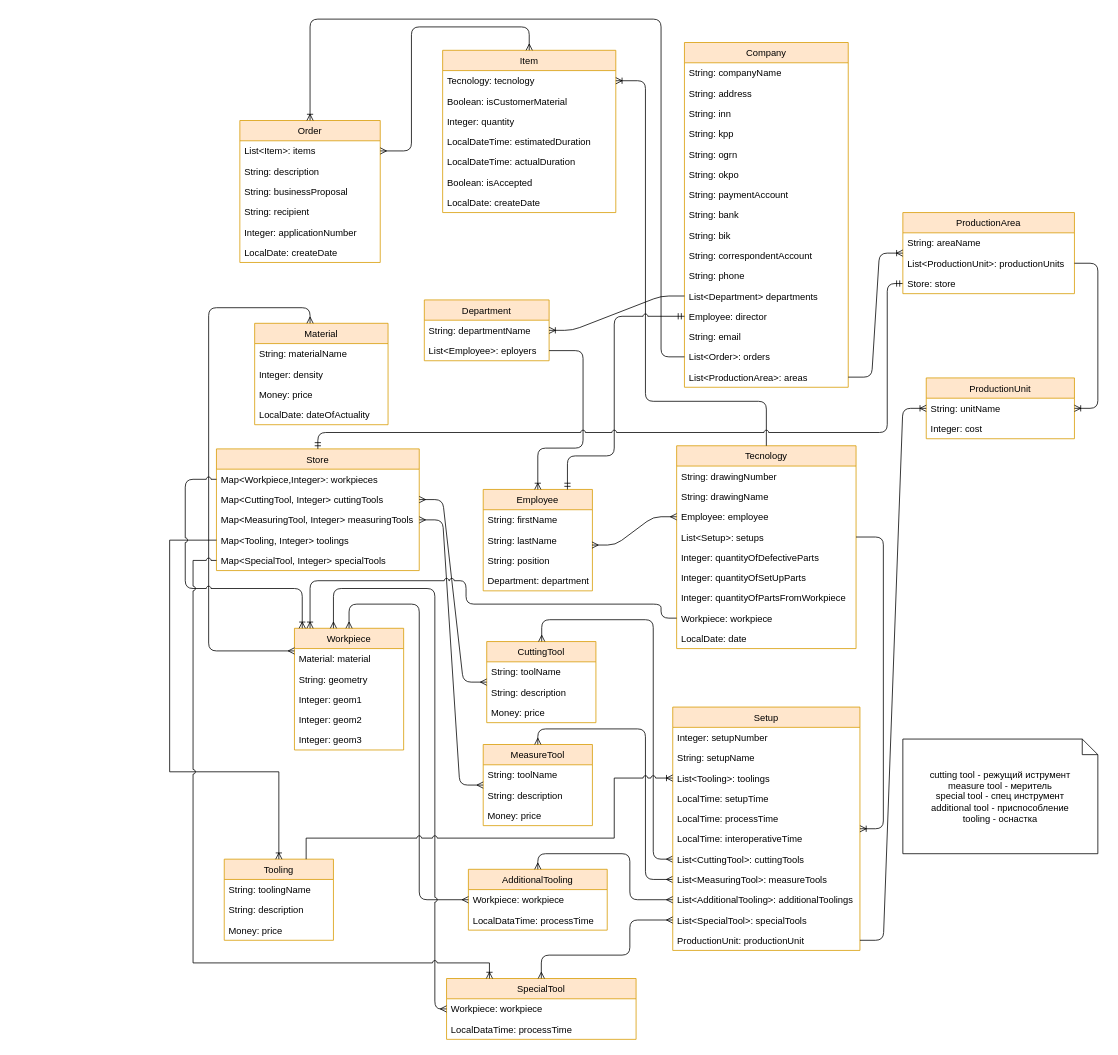
This is erp.drawio from Shaman58/sfsb, a draw.io file, before an edit. Source tidied: cells renumbered, new cells numbered last; positions are measured from the earlier drawing's top-left corner, leaving out a move shared by most shapes. Both pictures are drawn from the tidied source at 78%, with x=0, y=0 at pixel (169, 19).
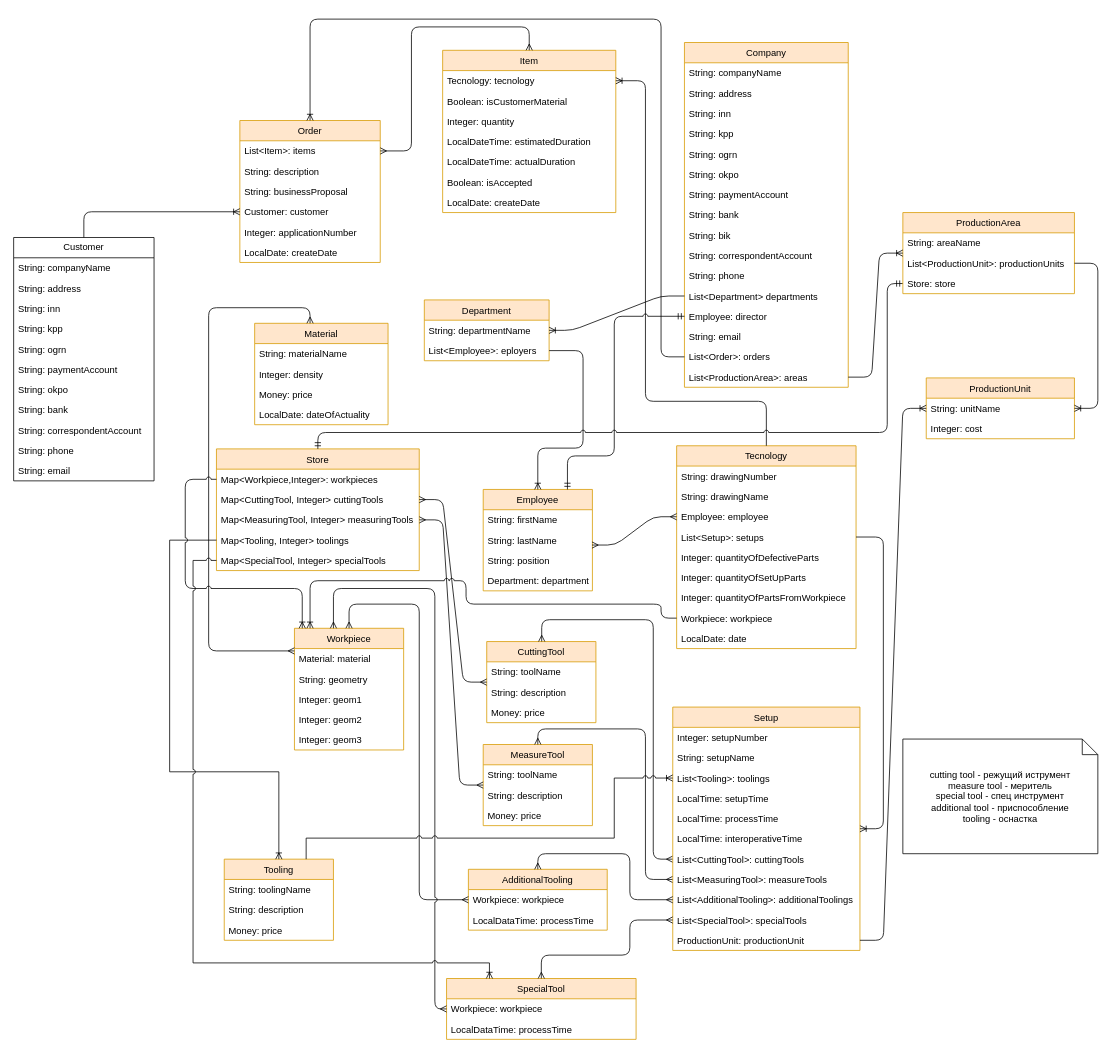
Above is the later version.

Unchanged cells that the change refers to:
```xml
<mxCell id="2" value="Order" style="swimlane;fontStyle=0;horizontal=1;startSize=26;fillColor=#ffe6cc;swimlaneLine=1;strokeColor=#d79b00;" parent="1" vertex="1">
  <mxGeometry x="90" y="130" width="180" height="182" as="geometry" />
</mxCell>
```

What changed in the source:
```diff
@@
-    <mxCell id="6" value="String: recipient" style="text;strokeColor=none;fillColor=none;align=left;verticalAlign=top;spacingLeft=4;spacingRight=4;overflow=hidden;points=[[0,0.5],[1,0.5]];portConstraint=eastwest;fontColor=#000000;" parent="2" vertex="1">
+    <mxCell id="6" value="Customer: customer" style="text;strokeColor=none;fillColor=none;align=left;verticalAlign=top;spacingLeft=4;spacingRight=4;overflow=hidden;points=[[0,0.5],[1,0.5]];portConstraint=eastwest;fontColor=#000000;" parent="2" vertex="1">
       <mxGeometry y="104" width="180" height="26" as="geometry" />
     </mxCell>
@@
+    <mxCell id="133" value="Customer" style="swimlane;fontStyle=0;horizontal=1;startSize=26;fillColor=none;whiteSpace=wrap;html=1;" parent="1" vertex="1">
+      <mxGeometry x="-200" y="280" width="180" height="312" as="geometry" />
+    </mxCell>
+    <mxCell id="134" value="String: companyName" style="text;strokeColor=none;fillColor=none;align=left;verticalAlign=top;spacingLeft=4;spacingRight=4;overflow=hidden;" parent="133" vertex="1">
+      <mxGeometry y="26" width="180" height="26" as="geometry" />
+    </mxCell>
+    <mxCell id="135" value="String: address" style="text;strokeColor=none;fillColor=none;align=left;verticalAlign=top;spacingLeft=4;spacingRight=4;overflow=hidden;" parent="133" vertex="1">
+      <mxGeometry y="52" width="180" height="26" as="geometry" />
+    </mxCell>
+    <mxCell id="136" value="String: inn" style="text;strokeColor=none;fillColor=none;align=left;verticalAlign=top;spacingLeft=4;spacingRight=4;overflow=hidden;" parent="133" vertex="1">
+      <mxGeometry y="78" width="180" height="26" as="geometry" />
+    </mxCell>
+    <mxCell id="137" value="String: kpp" style="text;strokeColor=none;fillColor=none;align=left;verticalAlign=top;spacingLeft=4;spacingRight=4;overflow=hidden;" parent="133" vertex="1">
+      <mxGeometry y="104" width="180" height="26" as="geometry" />
+    </mxCell>
+    <mxCell id="138" value="String: ogrn" style="text;strokeColor=none;fillColor=none;align=left;verticalAlign=top;spacingLeft=4;spacingRight=4;overflow=hidden;" parent="133" vertex="1">
+      <mxGeometry y="130" width="180" height="26" as="geometry" />
+    </mxCell>
+    <mxCell id="139" value="String: paymentAccount" style="text;strokeColor=none;fillColor=none;align=left;verticalAlign=top;spacingLeft=4;spacingRight=4;overflow=hidden;" parent="133" vertex="1">
+      <mxGeometry y="156" width="180" height="26" as="geometry" />
+    </mxCell>
+    <mxCell id="140" value="String: okpo" style="text;strokeColor=none;fillColor=none;align=left;verticalAlign=top;spacingLeft=4;spacingRight=4;overflow=hidden;" parent="133" vertex="1">
+      <mxGeometry y="182" width="180" height="26" as="geometry" />
+    </mxCell>
+    <mxCell id="141" value="String: bank" style="text;strokeColor=none;fillColor=none;align=left;verticalAlign=top;spacingLeft=4;spacingRight=4;overflow=hidden;" parent="133" vertex="1">
+      <mxGeometry y="208" width="180" height="26" as="geometry" />
+    </mxCell>
+    <mxCell id="142" value="String: correspondentAccount" style="text;strokeColor=none;fillColor=none;align=left;verticalAlign=top;spacingLeft=4;spacingRight=4;overflow=hidden;" parent="133" vertex="1">
+      <mxGeometry y="234" width="180" height="26" as="geometry" />
+    </mxCell>
+    <mxCell id="143" value="String: phone" style="text;strokeColor=none;fillColor=none;align=left;verticalAlign=top;spacingLeft=4;spacingRight=4;overflow=hidden;" parent="133" vertex="1">
+      <mxGeometry y="260" width="180" height="26" as="geometry" />
+    </mxCell>
+    <mxCell id="144" value="String: email" style="text;strokeColor=none;fillColor=none;align=left;verticalAlign=top;spacingLeft=4;spacingRight=4;overflow=hidden;" parent="133" vertex="1">
+      <mxGeometry y="286" width="180" height="26" as="geometry" />
+    </mxCell>
+    <mxCell id="145" style="edgeStyle=orthogonalEdgeStyle;fontSize=12;html=1;endArrow=ERoneToMany;rounded=1;entryX=0;entryY=0.5;entryDx=0;entryDy=0;exitX=0.5;exitY=0;exitDx=0;exitDy=0;" parent="1" edge="1" source="133" target="6">
+      <mxGeometry relative="1" as="geometry" />
+    </mxCell>
```
